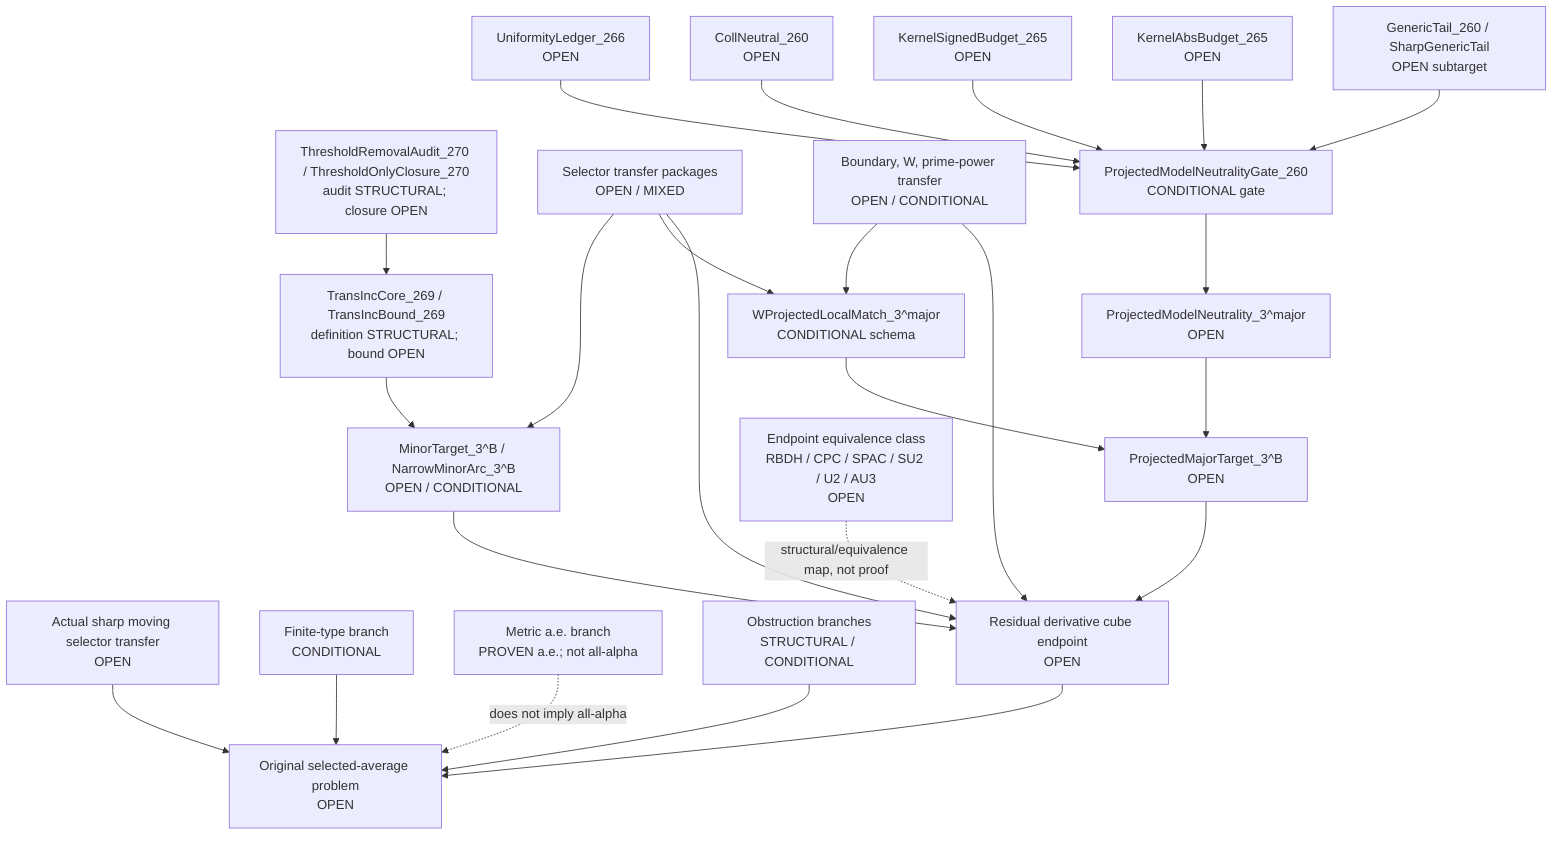
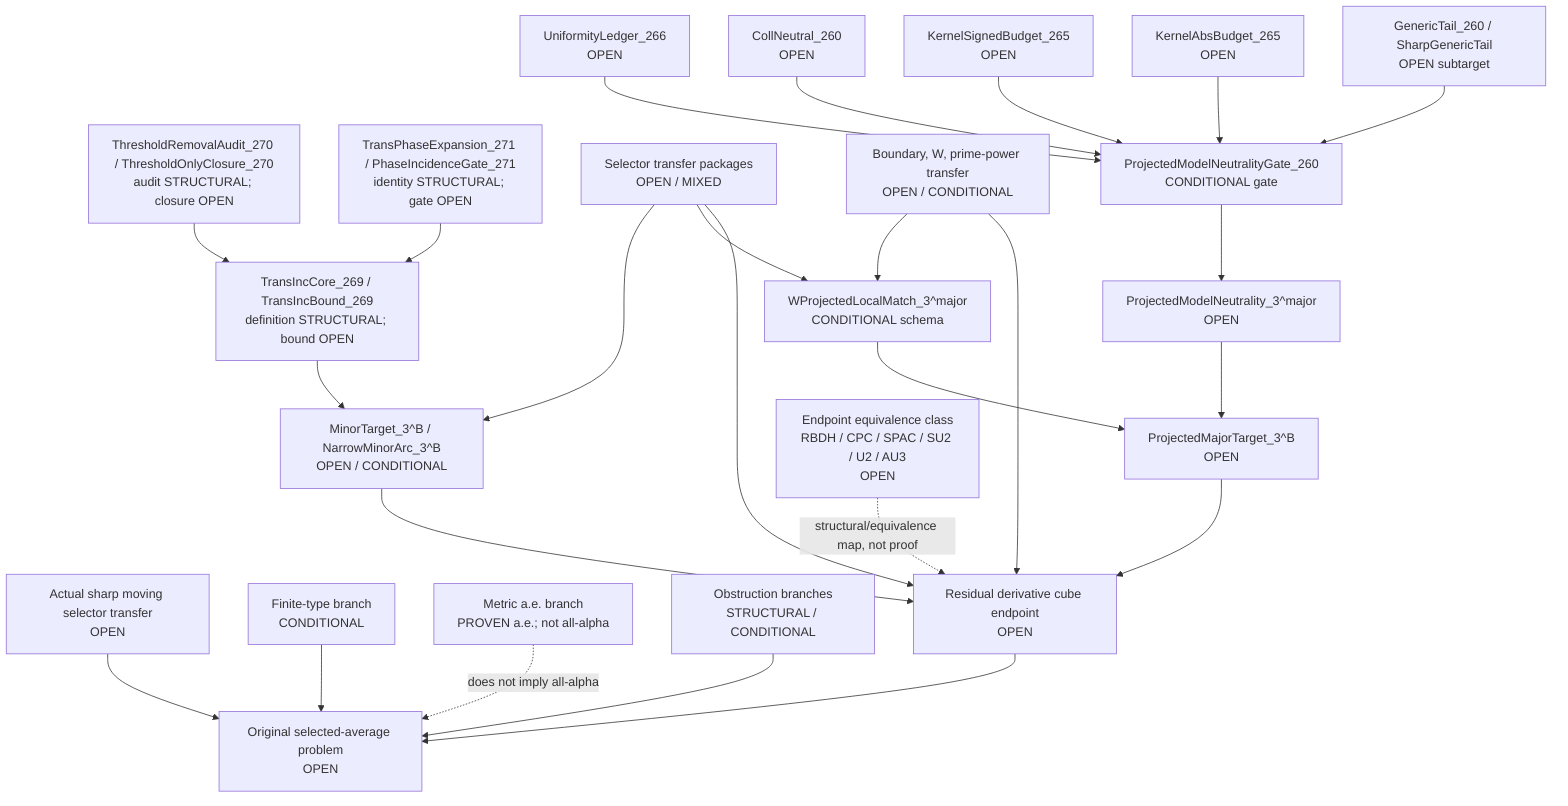
flowchart TD
  Original["Original selected-average problem<br/>OPEN"]
  SharpSel["Actual sharp moving selector transfer<br/>OPEN"]
  FiniteType["Finite-type branch<br/>CONDITIONAL"]
  Metric["Metric a.e. branch<br/>PROVEN a.e.; not all-alpha"]
  Obstruction["Obstruction branches<br/>STRUCTURAL / CONDITIONAL"]

  ResCube["Residual derivative cube endpoint<br/>OPEN"]
  MajorTarget["ProjectedMajorTarget_3^B<br/>OPEN"]
  MinorTarget["MinorTarget_3^B / NarrowMinorArc_3^B<br/>OPEN / CONDITIONAL"]
  TransInc["TransIncCore_269 / TransIncBound_269<br/>definition STRUCTURAL; bound OPEN"]
  ThresholdAudit["ThresholdRemovalAudit_270 / ThresholdOnlyClosure_270<br/>audit STRUCTURAL; closure OPEN"]
+   PhaseExpansion["TransPhaseExpansion_271 / PhaseIncidenceGate_271<br/>identity STRUCTURAL; gate OPEN"]
  SelectorTransfer["Selector transfer packages<br/>OPEN / MIXED"]
  BoundaryTransfer["Boundary, W, prime-power transfer<br/>OPEN / CONDITIONAL"]

  WLocal["WProjectedLocalMatch_3^major<br/>CONDITIONAL schema"]
  ModelNeutral["ProjectedModelNeutrality_3^major<br/>OPEN"]
  PMNGate["ProjectedModelNeutralityGate_260<br/>CONDITIONAL gate"]
  GenericTail["GenericTail_260 / SharpGenericTail<br/>OPEN subtarget"]
  KernelAbs["KernelAbsBudget_265<br/>OPEN"]
  KernelSigned["KernelSignedBudget_265<br/>OPEN"]
  CollNeutral["CollNeutral_260<br/>OPEN"]
  Uniformity["UniformityLedger_266<br/>OPEN"]

  EndpointClass["Endpoint equivalence class<br/>RBDH / CPC / SPAC / SU2 / U2 / AU3<br/>OPEN"]

  SharpSel --> Original
  FiniteType --> Original
  Obstruction --> Original
  ResCube --> Original
  Metric -. "does not imply all-alpha" .-> Original

  MajorTarget --> ResCube
  MinorTarget --> ResCube
  TransInc --> MinorTarget
  ThresholdAudit --> TransInc
+   PhaseExpansion --> TransInc
  SelectorTransfer --> ResCube
  BoundaryTransfer --> ResCube
  EndpointClass -. "structural/equivalence map, not proof" .-> ResCube

  WLocal --> MajorTarget
  ModelNeutral --> MajorTarget

  PMNGate --> ModelNeutral
  GenericTail --> PMNGate
  KernelAbs --> PMNGate
  KernelSigned --> PMNGate
  CollNeutral --> PMNGate
  Uniformity --> PMNGate

  BoundaryTransfer --> WLocal
  SelectorTransfer --> WLocal
  SelectorTransfer --> MinorTarget
